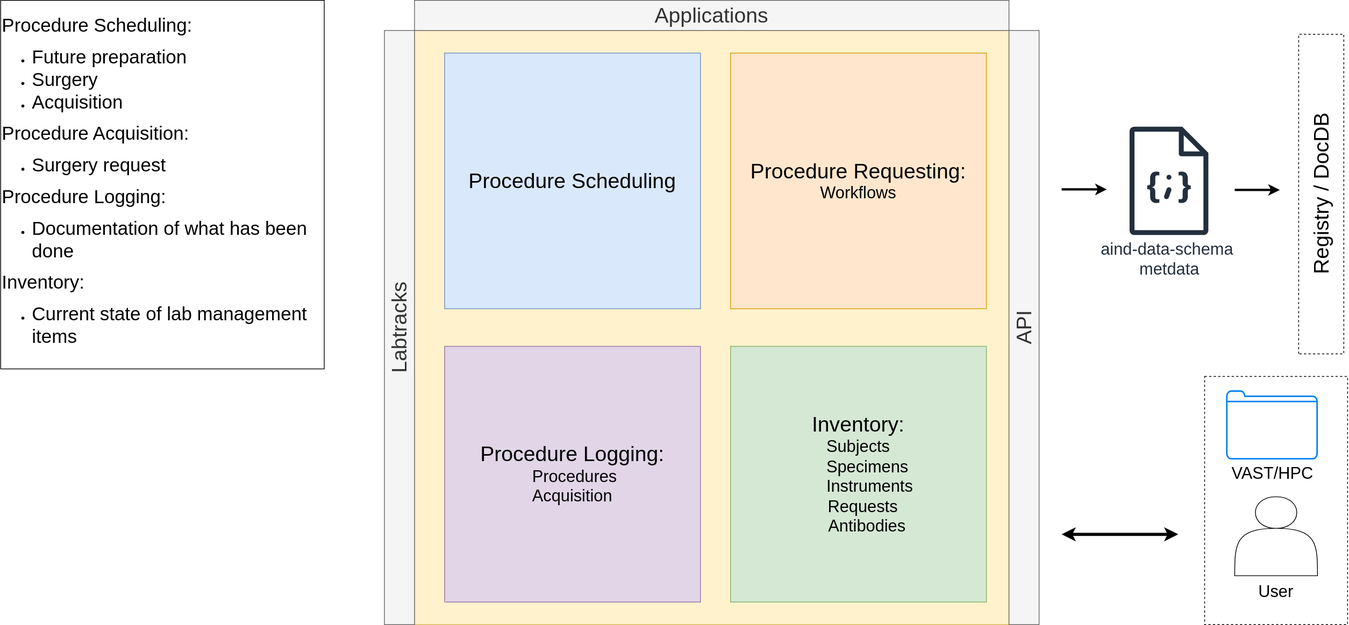
The draw.io diagram docs/source/diagrams/mid_level/lab_management.svg in AllenNeuralDynamics/aind-software-docs, before a commit. Source tidied: cells renumbered, new cells last; positions are measured from the earlier drawing's top-left corner, leaving out a move shared by most shapes. Source of this version:
```xml
<mxGraphModel>
  <root>
    <mxCell id="0" />
    <mxCell id="1" parent="0" />
    <mxCell id="2" style="rounded=0;whiteSpace=wrap;html=1;fillColor=none;dashed=1;" parent="1" vertex="1">
      <mxGeometry x="1600" y="500" width="190" height="330" as="geometry" />
    </mxCell>
    <mxCell id="3" style="whiteSpace=wrap;html=1;fillColor=#fff2cc;strokeColor=#d6b656;" parent="1" vertex="1">
      <mxGeometry x="550" y="40" width="790" height="790" as="geometry" />
    </mxCell>
    <mxCell id="4" value="&lt;font style=&quot;font-size: 28px;&quot;&gt;Procedure Scheduling&lt;/font&gt;" style="whiteSpace=wrap;html=1;fillColor=#dae8fc;strokeColor=#6c8ebf;" parent="1" vertex="1">
      <mxGeometry x="590" y="70" width="340" height="340" as="geometry" />
    </mxCell>
    <mxCell id="5" value="&lt;font style=&quot;font-size: 28px;&quot;&gt;Procedure Requesting:&lt;/font&gt;&lt;div&gt;&lt;font style=&quot;font-size: 22px;&quot;&gt;Workflows&lt;/font&gt;&lt;/div&gt;" style="whiteSpace=wrap;html=1;fillColor=#ffe6cc;strokeColor=#d79b00;" parent="1" vertex="1">
      <mxGeometry x="970" y="70" width="340" height="340" as="geometry" />
    </mxCell>
    <mxCell id="6" value="&lt;font style=&quot;font-size: 28px;&quot;&gt;Procedure Logging:&lt;/font&gt;&lt;div&gt;&lt;font style=&quot;font-size: 22px;&quot;&gt;&amp;nbsp;Procedures&lt;/font&gt;&lt;/div&gt;&lt;div&gt;&lt;font style=&quot;font-size: 22px;&quot;&gt;Acquisition&lt;/font&gt;&lt;/div&gt;" style="whiteSpace=wrap;html=1;fillColor=#e1d5e7;strokeColor=#9673a6;" parent="1" vertex="1">
      <mxGeometry x="590" y="460" width="340" height="340" as="geometry" />
    </mxCell>
    <mxCell id="7" value="&lt;span style=&quot;font-size: 28px;&quot;&gt;Inventory:&lt;/span&gt;&lt;div&gt;&lt;span style=&quot;background-color: transparent; color: light-dark(rgb(0, 0, 0), rgb(255, 255, 255));&quot;&gt;&lt;font style=&quot;font-size: 22px;&quot;&gt;Subjects&lt;/font&gt;&lt;/span&gt;&lt;div&gt;&lt;font style=&quot;font-size: 22px;&quot;&gt;&amp;nbsp; &amp;nbsp; Specimens&lt;/font&gt;&lt;/div&gt;&lt;div&gt;&lt;font style=&quot;font-size: 22px;&quot;&gt;&amp;nbsp; &amp;nbsp; &amp;nbsp;Instruments&lt;/font&gt;&lt;/div&gt;&lt;div&gt;&lt;font style=&quot;font-size: 22px;&quot;&gt;&amp;nbsp; Requests&lt;/font&gt;&lt;/div&gt;&lt;div&gt;&lt;font style=&quot;font-size: 22px;&quot;&gt;&amp;nbsp; &amp;nbsp; Antibodies&lt;/font&gt;&lt;/div&gt;&lt;/div&gt;" style="whiteSpace=wrap;html=1;fillColor=#d5e8d4;strokeColor=#82b366;align=center;" parent="1" vertex="1">
      <mxGeometry x="970" y="460" width="340" height="340" as="geometry" />
    </mxCell>
    <mxCell id="8" value="&lt;font style=&quot;font-size: 28px;&quot;&gt;API&lt;/font&gt;" style="rounded=0;whiteSpace=wrap;html=1;fillColor=#f5f5f5;fontColor=#333333;strokeColor=#666666;rotation=-90;" parent="1" vertex="1">
      <mxGeometry x="965" y="415" width="790" height="40" as="geometry" />
    </mxCell>
    <mxCell id="9" value="&lt;font style=&quot;font-size: 28px;&quot;&gt;Applications&lt;/font&gt;" style="rounded=0;whiteSpace=wrap;html=1;fillColor=#f5f5f5;fontColor=#333333;strokeColor=#666666;" parent="1" vertex="1">
      <mxGeometry x="550" width="790" height="40" as="geometry" />
    </mxCell>
    <mxCell id="10" value="&lt;font style=&quot;font-size: 28px;&quot;&gt;Labtracks&lt;/font&gt;" style="rounded=0;whiteSpace=wrap;html=1;fillColor=#f5f5f5;fontColor=#333333;strokeColor=#666666;rotation=-90;" parent="1" vertex="1">
      <mxGeometry x="135" y="415" width="790" height="40" as="geometry" />
    </mxCell>
    <mxCell id="11" value="&lt;font style=&quot;font-size: 28px;&quot;&gt;Registry / DocDB&lt;/font&gt;" style="rounded=0;whiteSpace=wrap;html=1;rotation=-90;dashed=1;" parent="1" vertex="1">
      <mxGeometry x="1542.5" y="227.5" width="425" height="60" as="geometry" />
    </mxCell>
    <mxCell id="12" value="&lt;font style=&quot;font-size: 22px;&quot;&gt;aind-data-schema&amp;nbsp;&lt;/font&gt;&lt;div&gt;&lt;font style=&quot;font-size: 22px;&quot;&gt;metdata&lt;/font&gt;&lt;/div&gt;" style="sketch=0;fontColor=#232F3E;gradientColor=none;fillColor=#232F3D;strokeColor=none;dashed=0;verticalLabelPosition=bottom;verticalAlign=top;align=center;html=1;fontSize=12;fontStyle=0;shape=mxgraph.aws4.json_script;" parent="1" vertex="1">
      <mxGeometry x="1500" y="168" width="105.2" height="144" as="geometry" />
    </mxCell>
    <mxCell id="13" style="endArrow=classic;html=1;rounded=0;strokeWidth=3;" parent="1" edge="1">
      <mxGeometry relative="1" as="geometry">
        <mxPoint x="1410" y="251.3" as="sourcePoint" />
        <mxPoint x="1470" y="251.3" as="targetPoint" />
      </mxGeometry>
    </mxCell>
    <mxCell id="14" style="endArrow=classic;html=1;rounded=0;strokeWidth=3;" parent="1" edge="1">
      <mxGeometry relative="1" as="geometry">
        <mxPoint x="1640" y="252" as="sourcePoint" />
        <mxPoint x="1700" y="252" as="targetPoint" />
      </mxGeometry>
    </mxCell>
    <mxCell id="15" value="&lt;font style=&quot;font-size: 22px;&quot;&gt;VAST/HPC&lt;/font&gt;" style="html=1;verticalLabelPosition=bottom;align=center;labelBackgroundColor=#ffffff;verticalAlign=top;strokeWidth=2;strokeColor=#0080F0;shadow=0;dashed=0;shape=mxgraph.ios7.icons.folder;" parent="1" vertex="1">
      <mxGeometry x="1630" y="520" width="120" height="90" as="geometry" />
    </mxCell>
    <mxCell id="16" style="group;" parent="1" vertex="1">
      <mxGeometry x="1640" y="660" width="110" height="140" as="geometry" />
    </mxCell>
    <mxCell id="17" style="shape=actor;whiteSpace=wrap;html=1;" parent="16" vertex="1">
      <mxGeometry width="110" height="105" as="geometry" />
    </mxCell>
    <mxCell id="18" value="&lt;font style=&quot;font-size: 22px;&quot;&gt;User&lt;/font&gt;" style="text;html=1;whiteSpace=wrap;strokeColor=none;fillColor=none;align=center;verticalAlign=middle;rounded=0;" parent="16" vertex="1">
      <mxGeometry x="25" y="113.8" width="60" height="26.2" as="geometry" />
    </mxCell>
    <mxCell id="19" style="endArrow=classic;startArrow=classic;html=1;rounded=0;strokeWidth=4;" parent="1" edge="1">
      <mxGeometry relative="1" as="geometry">
        <mxPoint x="1565" y="710" as="sourcePoint" />
        <mxPoint x="1410" y="710" as="targetPoint" />
      </mxGeometry>
    </mxCell>
    <mxCell id="20" value="&lt;font style=&quot;font-size: 25px;&quot;&gt;Procedure Scheduling:&amp;nbsp;&lt;/font&gt;&lt;div&gt;&lt;ul&gt;&lt;li&gt;&lt;font style=&quot;font-size: 25px;&quot;&gt;Future preparation&lt;/font&gt;&lt;/li&gt;&lt;li&gt;&lt;font style=&quot;font-size: 25px;&quot;&gt;Surgery&lt;/font&gt;&lt;/li&gt;&lt;li&gt;&lt;font style=&quot;font-size: 25px;&quot;&gt;Acquisition&amp;nbsp;&lt;/font&gt;&lt;/li&gt;&lt;/ul&gt;&lt;div&gt;&lt;font style=&quot;font-size: 25px;&quot;&gt;Procedure Acquisition:&lt;/font&gt;&lt;/div&gt;&lt;/div&gt;&lt;div&gt;&lt;ul&gt;&lt;li&gt;&lt;font style=&quot;font-size: 25px;&quot;&gt;Surgery request&lt;/font&gt;&lt;/li&gt;&lt;/ul&gt;&lt;div&gt;&lt;font style=&quot;font-size: 25px;&quot;&gt;Procedure Logging:&lt;/font&gt;&lt;/div&gt;&lt;div&gt;&lt;ul&gt;&lt;li&gt;&lt;font style=&quot;font-size: 25px;&quot;&gt;Documentation of what has been done&lt;/font&gt;&lt;/li&gt;&lt;/ul&gt;&lt;div&gt;&lt;font style=&quot;font-size: 25px;&quot;&gt;Inventory:&lt;/font&gt;&lt;/div&gt;&lt;/div&gt;&lt;div&gt;&lt;ul&gt;&lt;li&gt;&lt;font style=&quot;font-size: 25px;&quot;&gt;Current state of lab management items&lt;/font&gt;&lt;/li&gt;&lt;/ul&gt;&lt;/div&gt;&lt;/div&gt;" style="text;html=1;whiteSpace=wrap;strokeColor=default;fillColor=none;align=left;verticalAlign=middle;rounded=0;" parent="1" vertex="1">
      <mxGeometry width="430" height="490" as="geometry" />
    </mxCell>
  </root>
</mxGraphModel>
```
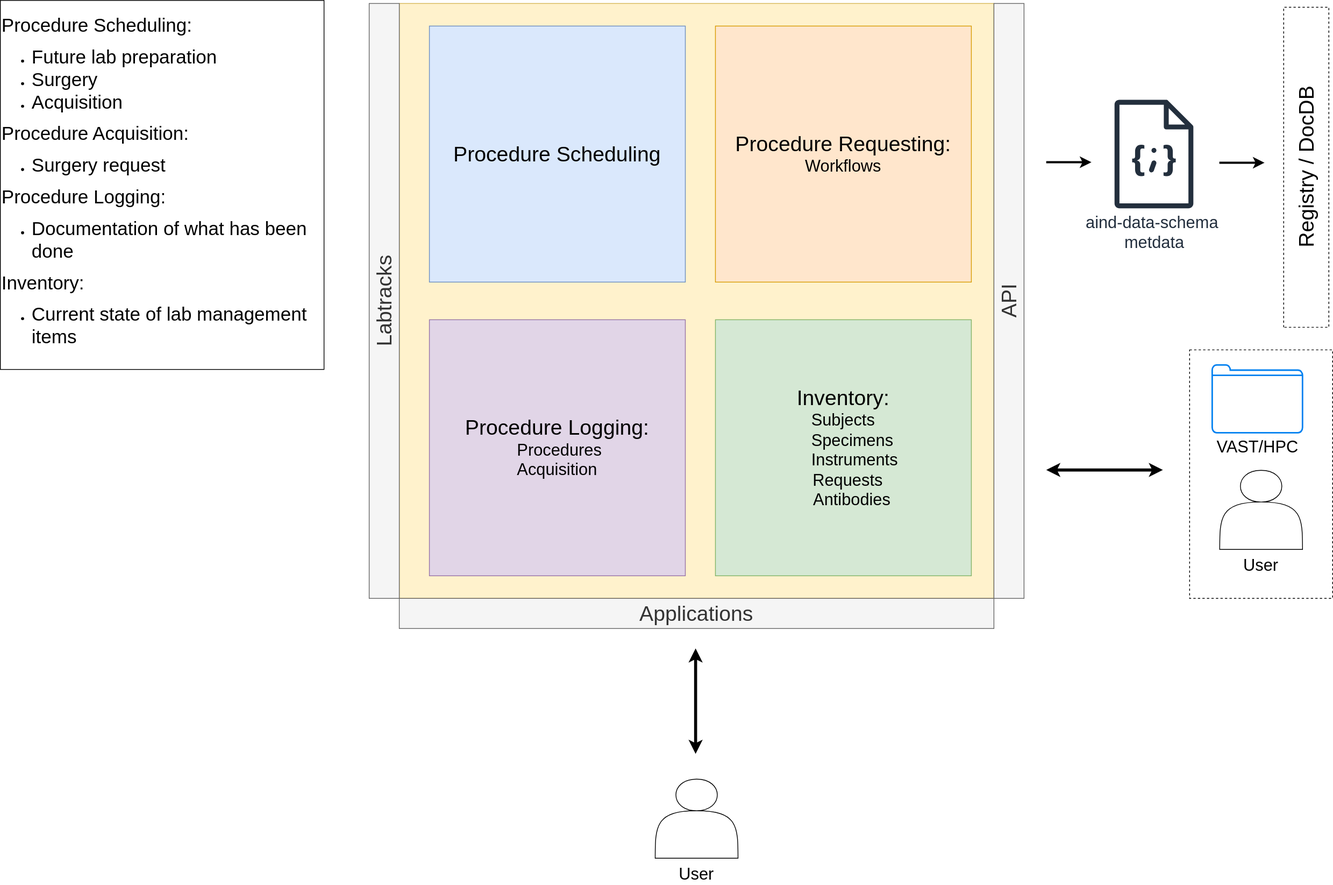
After the change.

Commit message:
chore: rearrange visuals for readability

The edit, as a diff of the source:
```diff
@@ -2,7 +2,7 @@
   <root>
     <mxCell id="0" />
     <mxCell id="1" parent="0" />
-    <mxCell id="2" style="rounded=0;whiteSpace=wrap;html=1;fillColor=none;dashed=1;" parent="1" vertex="1">
+    <mxCell id="2" style="rounded=0;whiteSpace=wrap;html=1;dashed=1;" parent="1" vertex="1">
       <mxGeometry x="1600" y="500" width="190" height="330" as="geometry" />
     </mxCell>
     <mxCell id="3" style="whiteSpace=wrap;html=1;fillColor=#fff2cc;strokeColor=#d6b656;" parent="1" vertex="1">
@@ -24,7 +24,7 @@
       <mxGeometry x="965" y="415" width="790" height="40" as="geometry" />
     </mxCell>
     <mxCell id="9" value="&lt;font style=&quot;font-size: 28px;&quot;&gt;Applications&lt;/font&gt;" style="rounded=0;whiteSpace=wrap;html=1;fillColor=#f5f5f5;fontColor=#333333;strokeColor=#666666;" parent="1" vertex="1">
-      <mxGeometry x="550" width="790" height="40" as="geometry" />
+      <mxGeometry x="550" y="830" width="790" height="40" as="geometry" />
     </mxCell>
     <mxCell id="10" value="&lt;font style=&quot;font-size: 28px;&quot;&gt;Labtracks&lt;/font&gt;" style="rounded=0;whiteSpace=wrap;html=1;fillColor=#f5f5f5;fontColor=#333333;strokeColor=#666666;rotation=-90;" parent="1" vertex="1">
       <mxGeometry x="135" y="415" width="790" height="40" as="geometry" />
@@ -61,12 +61,27 @@
     </mxCell>
     <mxCell id="19" style="endArrow=classic;startArrow=classic;html=1;rounded=0;strokeWidth=4;" parent="1" edge="1">
       <mxGeometry relative="1" as="geometry">
-        <mxPoint x="1565" y="710" as="sourcePoint" />
-        <mxPoint x="1410" y="710" as="targetPoint" />
+        <mxPoint x="944.2" y="1037" as="sourcePoint" />
+        <mxPoint x="944.2" y="897" as="targetPoint" />
       </mxGeometry>
     </mxCell>
-    <mxCell id="20" value="&lt;font style=&quot;font-size: 25px;&quot;&gt;Procedure Scheduling:&amp;nbsp;&lt;/font&gt;&lt;div&gt;&lt;ul&gt;&lt;li&gt;&lt;font style=&quot;font-size: 25px;&quot;&gt;Future preparation&lt;/font&gt;&lt;/li&gt;&lt;li&gt;&lt;font style=&quot;font-size: 25px;&quot;&gt;Surgery&lt;/font&gt;&lt;/li&gt;&lt;li&gt;&lt;font style=&quot;font-size: 25px;&quot;&gt;Acquisition&amp;nbsp;&lt;/font&gt;&lt;/li&gt;&lt;/ul&gt;&lt;div&gt;&lt;font style=&quot;font-size: 25px;&quot;&gt;Procedure Acquisition:&lt;/font&gt;&lt;/div&gt;&lt;/div&gt;&lt;div&gt;&lt;ul&gt;&lt;li&gt;&lt;font style=&quot;font-size: 25px;&quot;&gt;Surgery request&lt;/font&gt;&lt;/li&gt;&lt;/ul&gt;&lt;div&gt;&lt;font style=&quot;font-size: 25px;&quot;&gt;Procedure Logging:&lt;/font&gt;&lt;/div&gt;&lt;div&gt;&lt;ul&gt;&lt;li&gt;&lt;font style=&quot;font-size: 25px;&quot;&gt;Documentation of what has been done&lt;/font&gt;&lt;/li&gt;&lt;/ul&gt;&lt;div&gt;&lt;font style=&quot;font-size: 25px;&quot;&gt;Inventory:&lt;/font&gt;&lt;/div&gt;&lt;/div&gt;&lt;div&gt;&lt;ul&gt;&lt;li&gt;&lt;font style=&quot;font-size: 25px;&quot;&gt;Current state of lab management items&lt;/font&gt;&lt;/li&gt;&lt;/ul&gt;&lt;/div&gt;&lt;/div&gt;" style="text;html=1;whiteSpace=wrap;strokeColor=default;fillColor=none;align=left;verticalAlign=middle;rounded=0;" parent="1" vertex="1">
-      <mxGeometry width="430" height="490" as="geometry" />
+    <mxCell id="20" value="&lt;font style=&quot;font-size: 25px;&quot;&gt;Procedure Scheduling:&amp;nbsp;&lt;/font&gt;&lt;div&gt;&lt;ul&gt;&lt;li&gt;&lt;font style=&quot;font-size: 25px;&quot;&gt;Future lab preparation&lt;/font&gt;&lt;/li&gt;&lt;li&gt;&lt;font style=&quot;font-size: 25px;&quot;&gt;Surgery&lt;/font&gt;&lt;/li&gt;&lt;li&gt;&lt;font style=&quot;font-size: 25px;&quot;&gt;Acquisition&amp;nbsp;&lt;/font&gt;&lt;/li&gt;&lt;/ul&gt;&lt;div&gt;&lt;font style=&quot;font-size: 25px;&quot;&gt;Procedure Acquisition:&lt;/font&gt;&lt;/div&gt;&lt;/div&gt;&lt;div&gt;&lt;ul&gt;&lt;li&gt;&lt;font style=&quot;font-size: 25px;&quot;&gt;Surgery request&lt;/font&gt;&lt;/li&gt;&lt;/ul&gt;&lt;div&gt;&lt;font style=&quot;font-size: 25px;&quot;&gt;Procedure Logging:&lt;/font&gt;&lt;/div&gt;&lt;div&gt;&lt;ul&gt;&lt;li&gt;&lt;font style=&quot;font-size: 25px;&quot;&gt;Documentation of what has been done&lt;/font&gt;&lt;/li&gt;&lt;/ul&gt;&lt;div&gt;&lt;font style=&quot;font-size: 25px;&quot;&gt;Inventory:&lt;/font&gt;&lt;/div&gt;&lt;/div&gt;&lt;div&gt;&lt;ul&gt;&lt;li&gt;&lt;font style=&quot;font-size: 25px;&quot;&gt;Current state of lab management items&lt;/font&gt;&lt;/li&gt;&lt;/ul&gt;&lt;/div&gt;&lt;/div&gt;" style="text;html=1;whiteSpace=wrap;strokeColor=default;fillColor=none;align=left;verticalAlign=middle;rounded=0;" parent="1" vertex="1">
+      <mxGeometry x="20" y="36" width="430" height="490" as="geometry" />
     </mxCell>
+    <mxCell id="21" style="group;" parent="1" vertex="1">
+      <mxGeometry x="890" y="1070" width="110" height="140" as="geometry" />
+    </mxCell>
+    <mxCell id="22" style="shape=actor;whiteSpace=wrap;html=1;" parent="21" vertex="1">
+      <mxGeometry width="110" height="105" as="geometry" />
+    </mxCell>
+    <mxCell id="23" value="&lt;font style=&quot;font-size: 22px;&quot;&gt;User&lt;/font&gt;" style="text;html=1;whiteSpace=wrap;strokeColor=none;fillColor=none;align=center;verticalAlign=middle;rounded=0;" parent="21" vertex="1">
+      <mxGeometry x="25" y="113.8" width="60" height="26.2" as="geometry" />
+    </mxCell>
+    <mxCell id="24" style="endArrow=classic;startArrow=classic;html=1;rounded=0;strokeWidth=4;" parent="1" edge="1">
+      <mxGeometry relative="1" as="geometry">
+        <mxPoint x="1565" y="660" as="sourcePoint" />
+        <mxPoint x="1410" y="660" as="targetPoint" />
+      </mxGeometry>
+    </mxCell>
   </root>
 </mxGraphModel>
```
